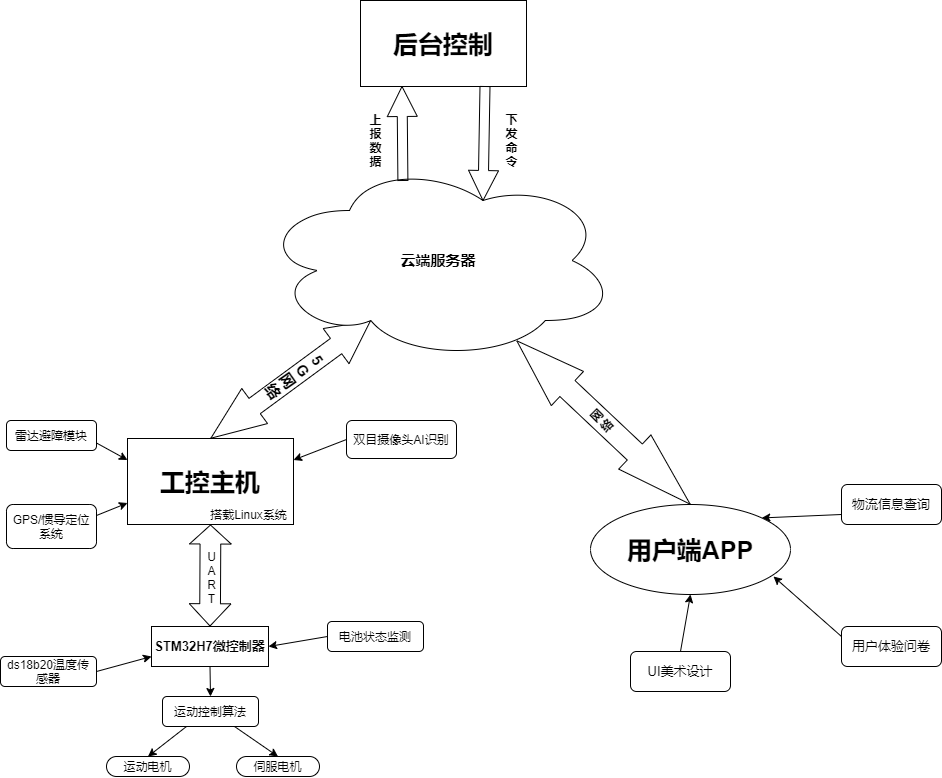
Before: wuliu.png, a diagram exported from draw.io (RightTriangle/RightTriangle.github.io). Source tidied: cells renumbered, new cells last; positions are measured from the earlier drawing's top-left corner, leaving out a move shared by most shapes.
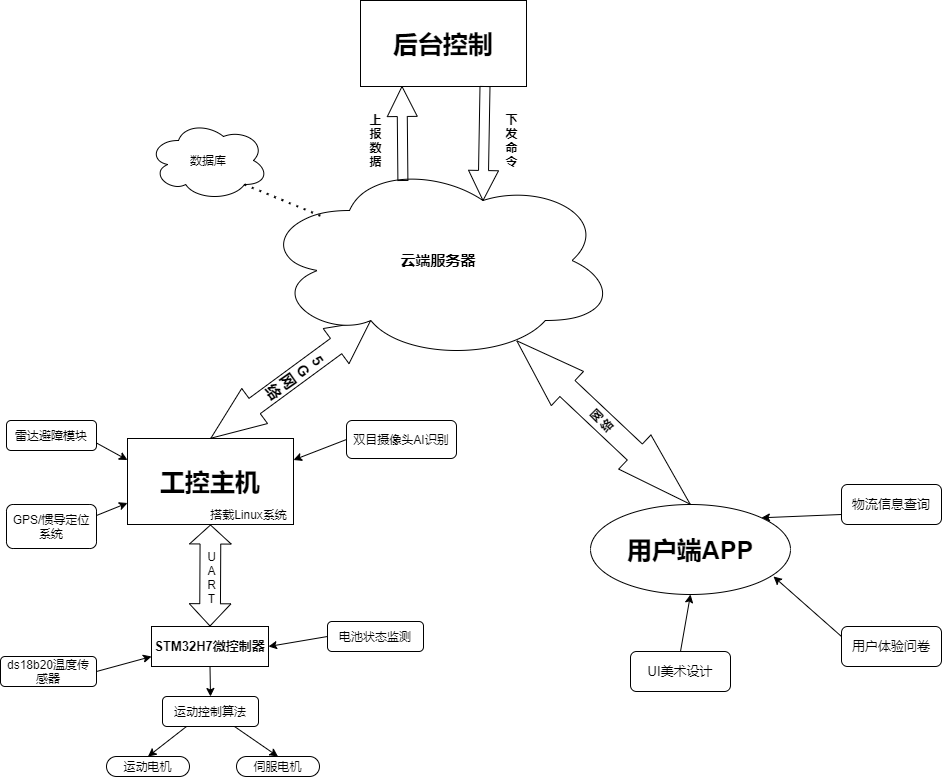
After the change.

Diff of the diagram source:
```diff
@@ -125,5 +125,11 @@
     <mxCell id="40" value="电池状态监测" style="rounded=1;whiteSpace=wrap;html=1;" parent="1" vertex="1">
       <mxGeometry x="327" y="621" width="96" height="30" as="geometry" />
     </mxCell>
+    <mxCell id="41" value="数据库" style="ellipse;shape=cloud;whiteSpace=wrap;html=1;" parent="1" vertex="1">
+      <mxGeometry x="148" y="120" width="120" height="80" as="geometry" />
+    </mxCell>
+    <mxCell id="42" style="endArrow=none;dashed=1;html=1;dashPattern=1 3;strokeWidth=2;targetPerimeterSpacing=0;entryX=0.17;entryY=0.278;entryDx=0;entryDy=0;entryPerimeter=0;exitX=0.8;exitY=0.8;exitDx=0;exitDy=0;exitPerimeter=0;" parent="1" edge="1" source="41" target="5">
+      <mxGeometry relative="1" as="geometry" />
+    </mxCell>
   </root>
 </mxGraphModel>
```
